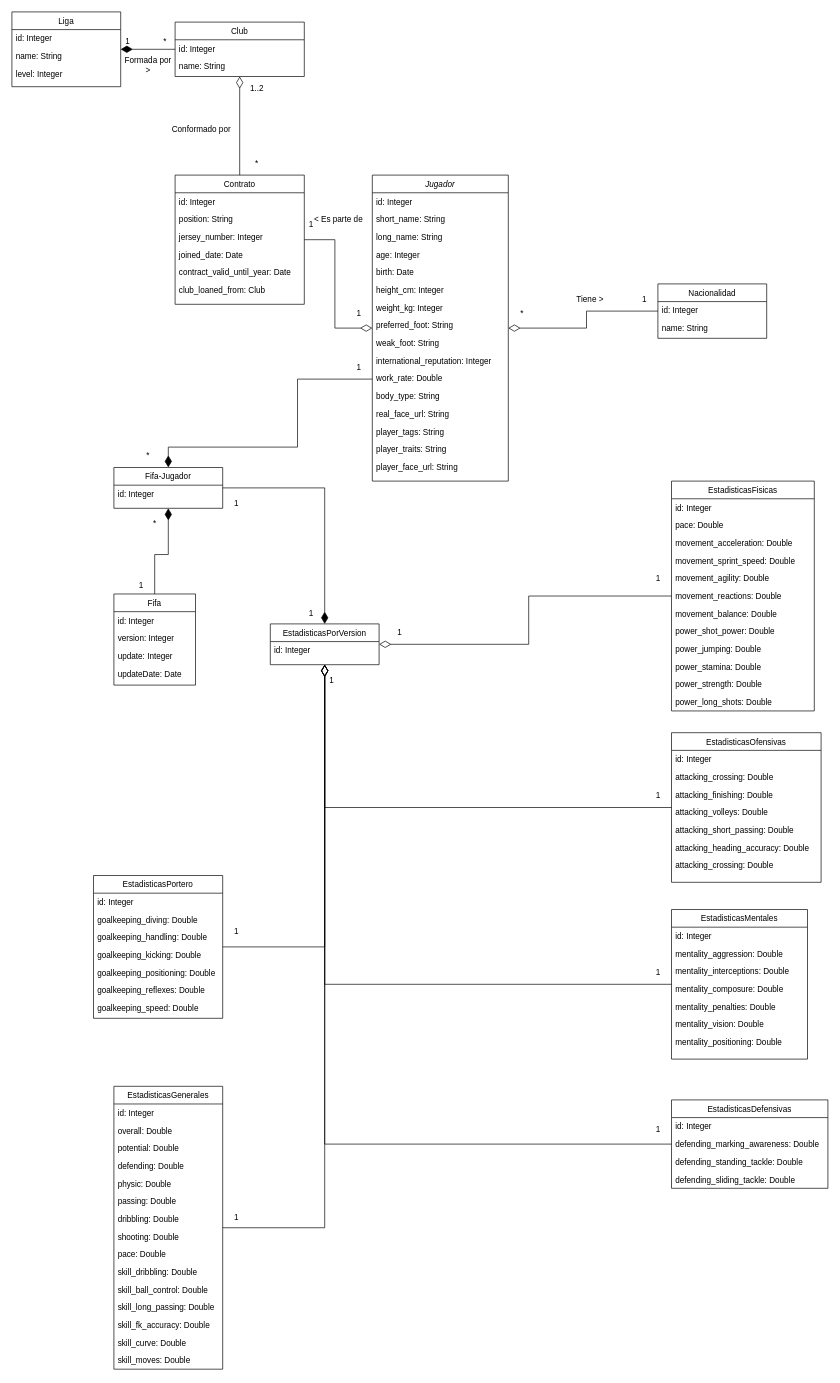
NoJsNoLife/SantexChallenge keeps this draw.io diagram as Diagrama de clases.drawio. Above is the earlier version. Source tidied: cells renumbered, new cells numbered last; positions are measured from the earlier drawing's top-left corner, leaving out a move shared by most shapes. Both pictures are drawn from the tidied source at 68%, with x=0, y=0 at pixel (12, 12).
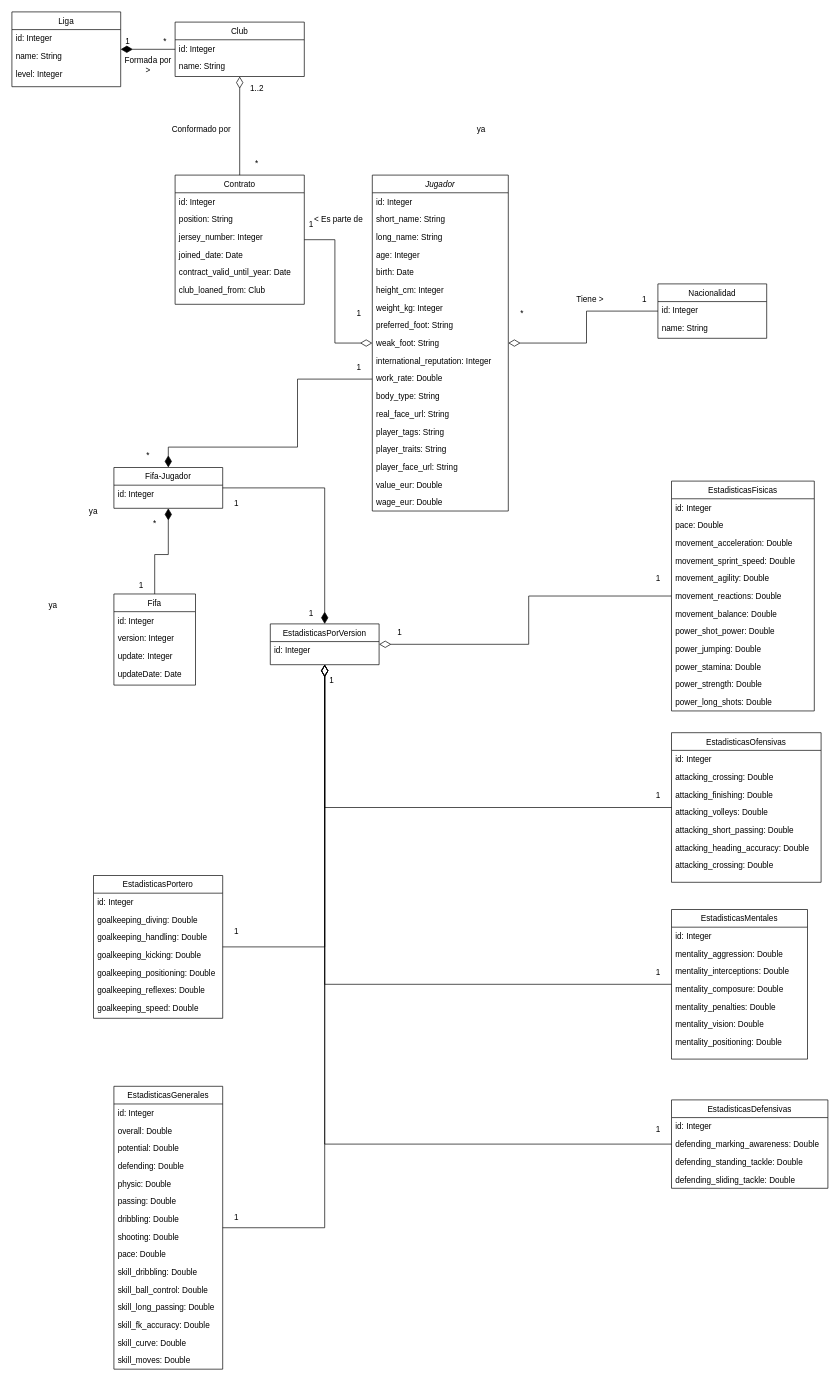
Above is the later version.

What changed in the source:
```diff
@@
     <mxCell id="4" value="Jugador" style="swimlane;fontStyle=2;align=center;verticalAlign=top;horizontal=1;startSize=26;rounded=0;shadow=0;strokeWidth=1;" parent="1" vertex="1">
-      <mxGeometry x="530" y="240" width="200" height="450" as="geometry" />
+      <mxGeometry x="530" y="240" width="200" height="494" as="geometry" />
     </mxCell>
@@
+    <mxCell id="142" value="value_eur: Double" style="text;align=left;verticalAlign=top;spacingLeft=4;spacingRight=4;overflow=hidden;rounded=0;shadow=0;html=0;" parent="4" vertex="1">
+      <mxGeometry y="442" width="200" height="26" as="geometry" />
+    </mxCell>
+    <mxCell id="143" value="wage_eur: Double" style="text;align=left;verticalAlign=top;spacingLeft=4;spacingRight=4;overflow=hidden;rounded=0;shadow=0;html=0;" parent="4" vertex="1">
+      <mxGeometry y="468" width="200" height="26" as="geometry" />
+    </mxCell>
@@
+    <mxCell id="144" value="ya" style="text;strokeColor=none;align=center;fillColor=none;html=1;verticalAlign=middle;whiteSpace=wrap;rounded=0;" parent="1" vertex="1">
+      <mxGeometry x="90" y="720" width="60" height="30" as="geometry" />
+    </mxCell>
+    <mxCell id="145" value="ya" style="text;html=1;align=center;verticalAlign=middle;strokeColor=none;fillColor=none;" parent="1" vertex="1">
+      <mxGeometry x="40" y="858" width="40" height="30" as="geometry" />
+    </mxCell>
+    <mxCell id="146" value="ya" style="text;html=1;align=center;verticalAlign=middle;strokeColor=none;fillColor=none;" parent="1" vertex="1">
+      <mxGeometry x="670" y="158" width="40" height="30" as="geometry" />
+    </mxCell>
```
